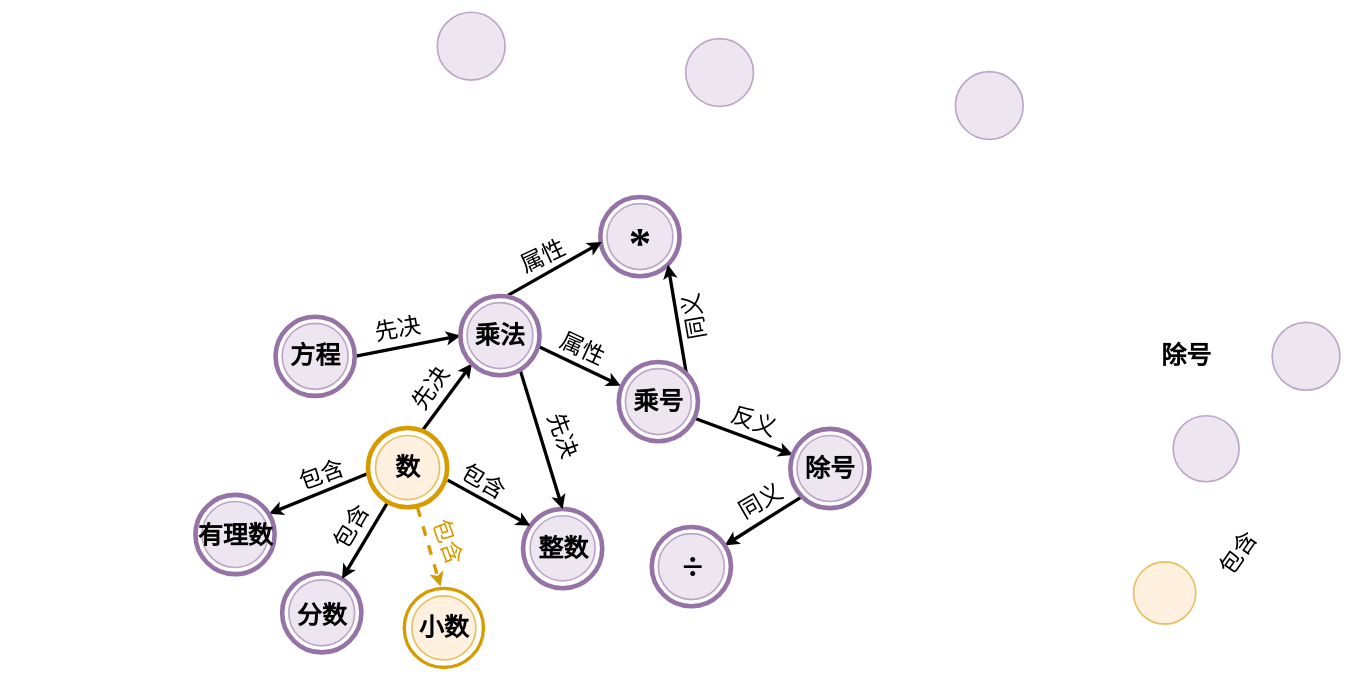
yjq12/DeepKE keeps this draw.io diagram as ckg.drawio. Above is the earlier version. Source tidied: cells renumbered, new cells numbered last; positions are measured from the earlier drawing's top-left corner, leaving out a move shared by most shapes. Both pictures are drawn from the tidied source at 66%, with x=0, y=0 at pixel (189, 12).
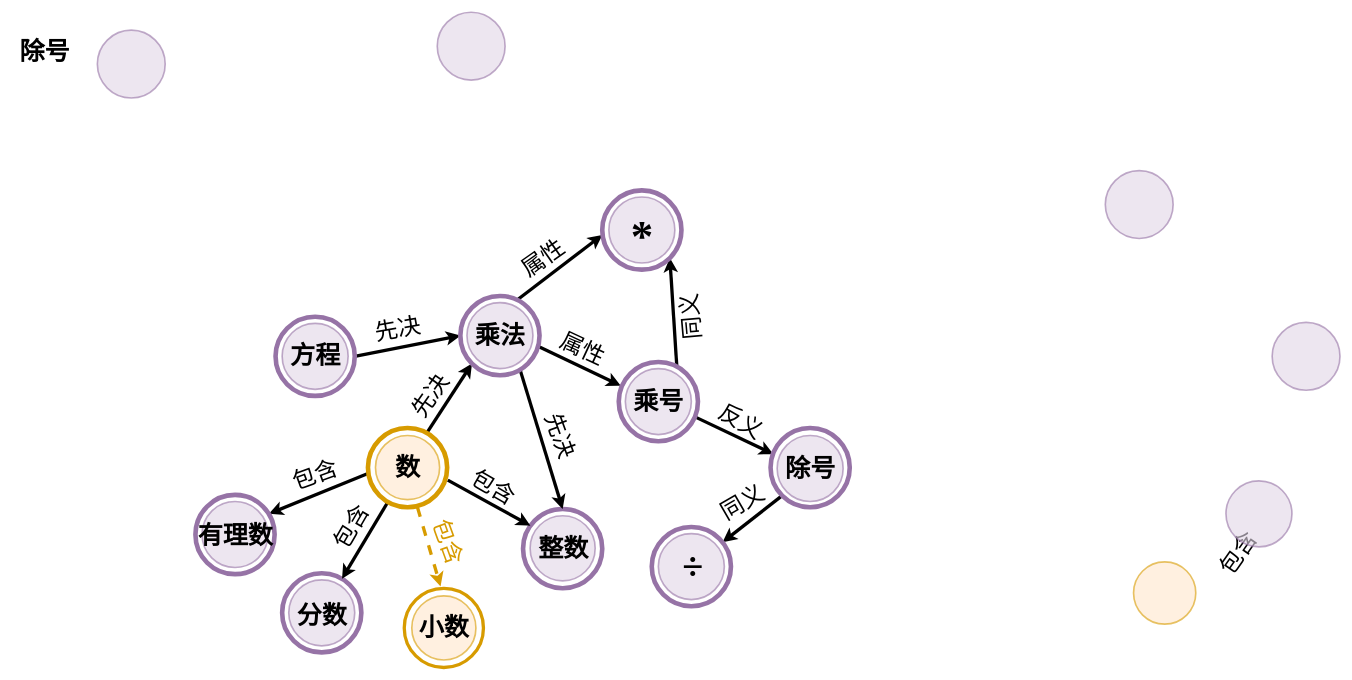
After the change.

The change refers to these unchanged cells:
```xml
<mxCell id="58" style="ellipse;whiteSpace=wrap;html=1;strokeWidth=7;fillColor=none;strokeColor=#d79b00;fontFamily=Times New Roman;fontSize=50;hachureGap=4;" parent="1" vertex="1">
  <mxGeometry x="271" y="630" width="120" height="120" as="geometry" />
</mxCell>
<mxCell id="59" style="ellipse;whiteSpace=wrap;html=1;strokeWidth=7;fillColor=none;strokeColor=#9673a6;fontFamily=Times New Roman;fontSize=50;hachureGap=4;" parent="1" vertex="1">
  <mxGeometry x="411" y="430" width="120" height="120" as="geometry" />
</mxCell>
<mxCell id="61" style="ellipse;whiteSpace=wrap;html=1;strokeWidth=7;fillColor=none;strokeColor=#9673a6;fontFamily=Times New Roman;fontSize=50;hachureGap=4;" parent="1" vertex="1">
  <mxGeometry x="651" y="530" width="120" height="120" as="geometry" />
</mxCell>
```

The edit, as a diff of the source:
```diff
@@
     <mxCell id="16" style="ellipse;whiteSpace=wrap;html=1;strokeWidth=2.5;fillColor=#e1d5e7;strokeColor=#9673a6;fontFamily=Times New Roman;fontSize=50;hachureGap=4;opacity=60;" parent="1" vertex="1">
-      <mxGeometry x="1161" y="90" width="102.8" height="102.8" as="geometry" />
+      <mxGeometry x="1388.2" y="240" width="102.8" height="102.8" as="geometry" />
     </mxCell>
-    <mxCell id="17" style="endArrow=classic;html=1;rounded=0;hachureGap=4;fontFamily=Architects Daughter;strokeWidth=5;entryX=0;entryY=1;entryDx=0;entryDy=0;exitX=0.693;exitY=0.024;exitDx=0;exitDy=0;exitPerimeter=0;" parent="1" edge="1" source="58" target="59">
+    <mxCell id="17" style="endArrow=classic;html=1;rounded=0;hachureGap=4;fontFamily=Architects Daughter;strokeWidth=5;entryX=0;entryY=1;entryDx=0;entryDy=0;exitX=0.744;exitY=0.062;exitDx=0;exitDy=0;exitPerimeter=0;" parent="1" edge="1" source="58" target="59">
       <mxGeometry relative="1" as="geometry" />
     </mxCell>
     <mxCell id="18" style="ellipse;whiteSpace=wrap;html=1;strokeWidth=2.5;fillColor=#e1d5e7;strokeColor=#9673a6;fontFamily=Times New Roman;fontSize=50;hachureGap=4;opacity=60;" parent="1" vertex="1">
-      <mxGeometry x="752.4" y="40" width="102.8" height="102.8" as="geometry" />
+      <mxGeometry x="-139" y="27.2" width="102.8" height="102.8" as="geometry" />
     </mxCell>
@@
-    <mxCell id="21" style="ellipse;whiteSpace=wrap;html=1;strokeWidth=7;fillColor=none;strokeColor=#9673a6;fontFamily=Times New Roman;fontSize=50;hachureGap=4;" parent="1" vertex="1">
-      <mxGeometry x="623.1" y="280" width="120" height="120" as="geometry" />
-    </mxCell>
@@
-    <mxCell id="24" style="endArrow=classic;html=1;rounded=0;hachureGap=4;fontFamily=Architects Daughter;strokeWidth=5;entryX=0.019;entryY=0.569;entryDx=0;entryDy=0;exitX=0.6;exitY=-0.008;exitDx=0;exitDy=0;exitPerimeter=0;entryPerimeter=0;" parent="1" edge="1" source="59" target="21">
+    <mxCell id="24" style="endArrow=classic;html=1;rounded=0;hachureGap=4;fontFamily=Architects Daughter;strokeWidth=5;entryX=0.001;entryY=0.562;entryDx=0;entryDy=0;exitX=0.725;exitY=0.044;exitDx=0;exitDy=0;entryPerimeter=0;exitPerimeter=0;" parent="1" edge="1" source="59" target="21">
       <mxGeometry relative="1" as="geometry" />
     </mxCell>
@@
-    <mxCell id="26" style="endArrow=classic;html=1;rounded=0;hachureGap=4;fontFamily=Architects Daughter;strokeWidth=5;entryX=1;entryY=1;entryDx=0;entryDy=0;exitX=1;exitY=0;exitDx=0;exitDy=0;" parent="1" edge="1" source="61" target="21">
+    <mxCell id="26" style="endArrow=classic;html=1;rounded=0;hachureGap=4;fontFamily=Architects Daughter;strokeWidth=5;entryX=1;entryY=1;entryDx=0;entryDy=0;exitX=0.734;exitY=0.071;exitDx=0;exitDy=0;exitPerimeter=0;" parent="1" edge="1" source="61" target="21">
       <mxGeometry relative="1" as="geometry" />
     </mxCell>
-    <mxCell id="27" style="endArrow=classic;html=1;rounded=0;hachureGap=4;fontFamily=Architects Daughter;strokeWidth=5;exitX=0.975;exitY=0.717;exitDx=0;exitDy=0;exitPerimeter=0;" parent="1" edge="1" source="61" target="60">
+    <mxCell id="27" style="endArrow=classic;html=1;rounded=0;hachureGap=4;fontFamily=Architects Daughter;strokeWidth=5;exitX=0.976;exitY=0.699;exitDx=0;exitDy=0;exitPerimeter=0;entryX=0.036;entryY=0.33;entryDx=0;entryDy=0;entryPerimeter=0;" parent="1" edge="1" source="61" target="60">
       <mxGeometry relative="1" as="geometry" />
     </mxCell>
@@
-    <mxCell id="34" value="&lt;font face=&quot;Times New Roman&quot;&gt;&lt;span style=&quot;font-size: 35px;&quot;&gt;同义&lt;/span&gt;&lt;/font&gt;" style="text;html=1;align=center;verticalAlign=middle;strokeColor=none;fillColor=none;fontFamily=Architects Daughter;rotation=-100;" parent="1" vertex="1">
-      <mxGeometry x="721" y="431.4" width="90" height="60" as="geometry" />
+    <mxCell id="34" value="&lt;font face=&quot;Times New Roman&quot;&gt;&lt;span style=&quot;font-size: 35px;&quot;&gt;同义&lt;/span&gt;&lt;/font&gt;" style="text;html=1;align=center;verticalAlign=middle;strokeColor=none;fillColor=none;fontFamily=Architects Daughter;rotation=-95;" parent="1" vertex="1">
+      <mxGeometry x="716" y="431.4" width="90" height="60" as="geometry" />
     </mxCell>
-    <mxCell id="35" value="&lt;font face=&quot;Times New Roman&quot;&gt;&lt;span style=&quot;font-size: 35px;&quot;&gt;属性&lt;/span&gt;&lt;/font&gt;" style="text;html=1;align=center;verticalAlign=middle;strokeColor=none;fillColor=none;fontFamily=Architects Daughter;rotation=-25;" parent="1" vertex="1">
-      <mxGeometry x="491" y="340" width="90" height="60" as="geometry" />
+    <mxCell id="35" value="&lt;font face=&quot;Times New Roman&quot;&gt;&lt;span style=&quot;font-size: 35px;&quot;&gt;属性&lt;/span&gt;&lt;/font&gt;" style="text;html=1;align=center;verticalAlign=middle;strokeColor=none;fillColor=none;fontFamily=Architects Daughter;rotation=-35;" parent="1" vertex="1">
+      <mxGeometry x="491" y="342.8" width="90" height="60" as="geometry" />
     </mxCell>
-    <mxCell id="36" value="&lt;font face=&quot;Times New Roman&quot;&gt;&lt;span style=&quot;font-size: 35px;&quot;&gt;反义&lt;/span&gt;&lt;/font&gt;" style="text;html=1;align=center;verticalAlign=middle;strokeColor=none;fillColor=none;fontFamily=Architects Daughter;rotation=20;" parent="1" vertex="1">
-      <mxGeometry x="811" y="590" width="90" height="60" as="geometry" />
+    <mxCell id="36" value="&lt;font face=&quot;Times New Roman&quot;&gt;&lt;span style=&quot;font-size: 35px;&quot;&gt;反义&lt;/span&gt;&lt;/font&gt;" style="text;html=1;align=center;verticalAlign=middle;strokeColor=none;fillColor=none;fontFamily=Architects Daughter;rotation=30;" parent="1" vertex="1">
+      <mxGeometry x="791" y="590" width="90" height="60" as="geometry" />
     </mxCell>
     <mxCell id="37" value="&lt;font face=&quot;Times New Roman&quot;&gt;&lt;span style=&quot;font-size: 35px;&quot;&gt;先决&lt;/span&gt;&lt;/font&gt;" style="text;html=1;align=center;verticalAlign=middle;strokeColor=none;fillColor=none;fontFamily=Architects Daughter;rotation=70;" parent="1" vertex="1">
-      <mxGeometry x="521" y="611.4" width="90" height="60" as="geometry" />
+      <mxGeometry x="516.7" y="611.4" width="90" height="60" as="geometry" />
     </mxCell>
     <mxCell id="38" value="&lt;font style=&quot;font-size: 35px;&quot; face=&quot;Times New Roman&quot;&gt;包含&lt;/font&gt;" style="text;html=1;align=center;verticalAlign=middle;strokeColor=none;fillColor=none;fontFamily=Architects Daughter;rotation=30;" parent="1" vertex="1">
-      <mxGeometry x="401" y="681.4" width="90" height="60" as="geometry" />
+      <mxGeometry x="416" y="690" width="90" height="60" as="geometry" />
     </mxCell>
@@
     <mxCell id="40" value="&lt;font style=&quot;font-size: 35px;&quot; face=&quot;Times New Roman&quot;&gt;包含&lt;/font&gt;" style="text;html=1;align=center;verticalAlign=middle;strokeColor=none;fillColor=none;fontFamily=Architects Daughter;rotation=-20;" parent="1" vertex="1">
-      <mxGeometry x="156" y="671.4" width="90" height="60" as="geometry" />
+      <mxGeometry x="146" y="671.4" width="90" height="60" as="geometry" />
     </mxCell>
@@
     <mxCell id="43" style="ellipse;whiteSpace=wrap;html=1;strokeWidth=2.5;fillColor=#e1d5e7;strokeColor=#9673a6;fontFamily=Times New Roman;fontSize=50;hachureGap=4;opacity=60;" parent="1" vertex="1">
-      <mxGeometry x="921" y="641.4" width="100" height="100" as="geometry" />
+      <mxGeometry x="1571" y="710" width="100" height="100" as="geometry" />
     </mxCell>
@@
     <mxCell id="45" value="&lt;font style=&quot;font-size: 38px;&quot; face=&quot;Times New Roman&quot;&gt;&lt;b&gt;除号&lt;/b&gt;&lt;/font&gt;" style="text;html=1;align=center;verticalAlign=middle;strokeColor=none;fillColor=none;fontFamily=Architects Daughter;" parent="1" vertex="1">
-      <mxGeometry x="1461" y="490" width="100" height="60" as="geometry" />
+      <mxGeometry x="-269" y="30" width="100" height="60" as="geometry" />
     </mxCell>
     <mxCell id="46" style="ellipse;whiteSpace=wrap;html=1;strokeWidth=2.5;fillColor=#e1d5e7;strokeColor=#9673a6;fontFamily=Times New Roman;fontSize=50;hachureGap=4;opacity=60;" parent="1" vertex="1">
-      <mxGeometry x="1491" y="611.4" width="100" height="100" as="geometry" />
+      <mxGeometry x="891" y="641.4" width="100" height="100" as="geometry" />
     </mxCell>
@@
     <mxCell id="48" style="ellipse;whiteSpace=wrap;html=1;strokeWidth=2.5;fillColor=#e1d5e7;strokeColor=#9673a6;fontFamily=Times New Roman;fontSize=50;hachureGap=4;opacity=60;" parent="1" vertex="1">
-      <mxGeometry x="633.1" y="290" width="100" height="100" as="geometry" />
+      <mxGeometry x="636" y="280" width="100" height="100" as="geometry" />
     </mxCell>
     <mxCell id="49" value="&lt;font size=&quot;1&quot; face=&quot;Times New Roman&quot;&gt;&lt;b style=&quot;font-size: 68px;&quot;&gt;*&lt;/b&gt;&lt;/font&gt;" style="text;html=1;align=center;verticalAlign=middle;strokeColor=none;fillColor=none;fontFamily=Architects Daughter;" parent="1" vertex="1">
-      <mxGeometry x="653.1" y="300" width="60" height="100" as="geometry" />
+      <mxGeometry x="656" y="290" width="60" height="100" as="geometry" />
     </mxCell>
@@
     <mxCell id="60" style="ellipse;whiteSpace=wrap;html=1;strokeWidth=7;fillColor=none;strokeColor=#9673a6;fontFamily=Times New Roman;fontSize=50;hachureGap=4;" parent="1" vertex="1">
-      <mxGeometry x="911" y="631.4" width="120" height="120" as="geometry" />
+      <mxGeometry x="881" y="630" width="120" height="120" as="geometry" />
     </mxCell>
@@
     <mxCell id="63" value="&lt;font face=&quot;Times New Roman&quot;&gt;&lt;span style=&quot;font-size: 35px;&quot;&gt;同义&lt;/span&gt;&lt;/font&gt;" style="text;html=1;align=center;verticalAlign=middle;strokeColor=none;fillColor=none;fontFamily=Architects Daughter;rotation=-30;" parent="1" vertex="1">
-      <mxGeometry x="821" y="711.4" width="90" height="60" as="geometry" />
+      <mxGeometry x="793.1" y="712.8" width="90" height="60" as="geometry" />
     </mxCell>
@@
     <mxCell id="65" value="&lt;font face=&quot;Times New Roman&quot;&gt;&lt;span style=&quot;font-size: 38px;&quot;&gt;&lt;b&gt;除号&lt;/b&gt;&lt;/span&gt;&lt;/font&gt;" style="text;html=1;align=center;verticalAlign=middle;strokeColor=none;fillColor=none;fontFamily=Architects Daughter;" parent="1" vertex="1">
-      <mxGeometry x="921" y="661.4" width="100" height="60" as="geometry" />
+      <mxGeometry x="891" y="661.4" width="100" height="60" as="geometry" />
     </mxCell>
     <mxCell id="66" value="&lt;font face=&quot;Times New Roman&quot;&gt;&lt;span style=&quot;font-size: 35px;&quot;&gt;先决&lt;/span&gt;&lt;/font&gt;" style="text;html=1;align=center;verticalAlign=middle;strokeColor=none;fillColor=none;fontFamily=Architects Daughter;rotation=-55;" parent="1" vertex="1">
-      <mxGeometry x="321" y="540" width="90" height="60" as="geometry" />
+      <mxGeometry x="321" y="551.4" width="90" height="60" as="geometry" />
     </mxCell>
+    <mxCell id="21" style="ellipse;whiteSpace=wrap;html=1;strokeWidth=7;fillColor=none;strokeColor=#9673a6;fontFamily=Times New Roman;fontSize=50;hachureGap=4;" parent="1" vertex="1">
+      <mxGeometry x="626" y="270" width="120" height="120" as="geometry" />
+    </mxCell>
```
